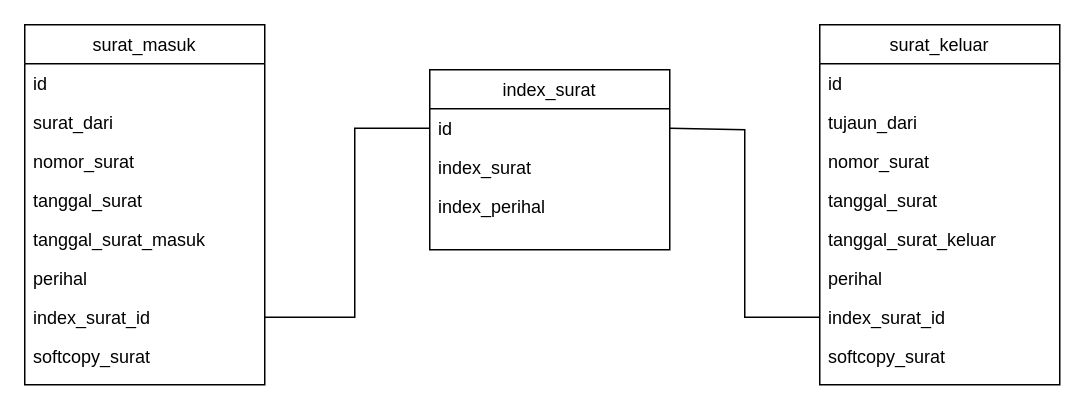
The draw.io diagram Diagram Tanpa Judul.drawio in danangsptro/SI_SURAT-M-K, before the edit. Source tidied: cells renumbered, new cells numbered last; positions are measured from the earlier drawing's top-left corner, leaving out a move shared by most shapes. Both pictures are drawn from the tidied source at 150%, with x=0, y=0 at pixel (24, 24).
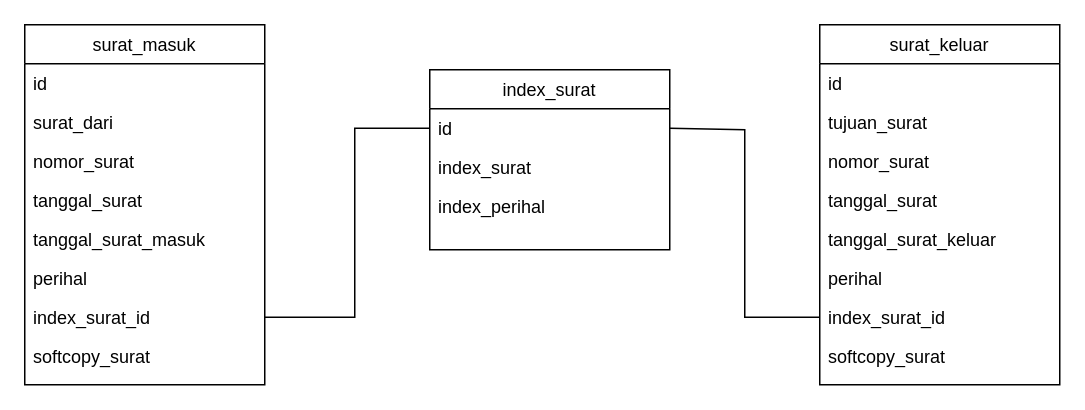
The same diagram, later.

Unchanged cells that the change refers to:
```xml
<mxCell id="11" value="surat_keluar" style="swimlane;fontStyle=0;align=center;verticalAlign=top;horizontal=1;startSize=26;rounded=0;shadow=0;strokeWidth=1;" parent="1" vertex="1">
  <mxGeometry x="530" width="160" height="240" as="geometry" />
</mxCell>
```

Change to the diagram source:
```diff
@@
-    <mxCell id="13" value="tujaun_dari" style="text;align=left;verticalAlign=top;spacingLeft=4;spacingRight=4;overflow=hidden;" parent="11" vertex="1">
+    <mxCell id="13" value="tujuan_surat" style="text;align=left;verticalAlign=top;spacingLeft=4;spacingRight=4;overflow=hidden;" parent="11" vertex="1">
       <mxGeometry y="52" width="160" height="26" as="geometry" />
     </mxCell>
```
